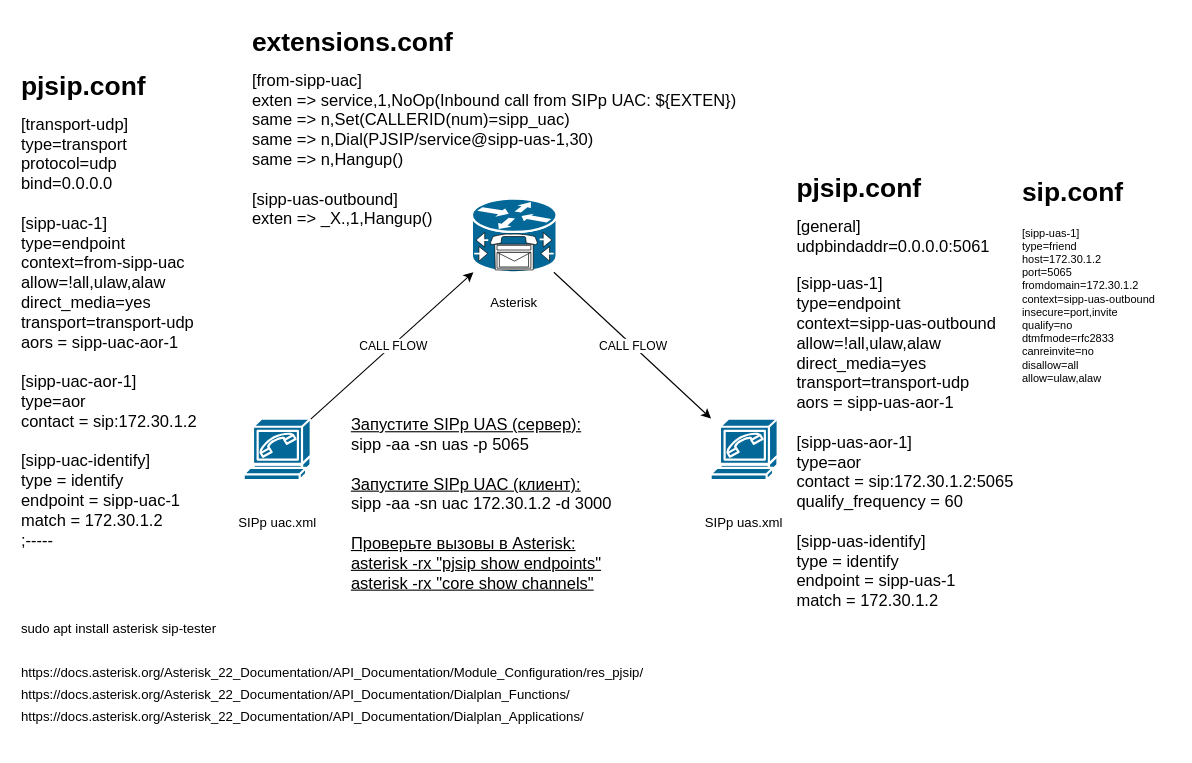
Earlier version of the draw.io diagram LAB1-2xSIPp-1xAsterisk.drawio (sysadminlab/voip). Source tidied: cells renumbered, new cells numbered last; positions are measured from the earlier drawing's top-left corner, leaving out a move shared by most shapes. Both pictures are drawn from the tidied source at 110%, with x=0, y=0 at pixel (19, 19).
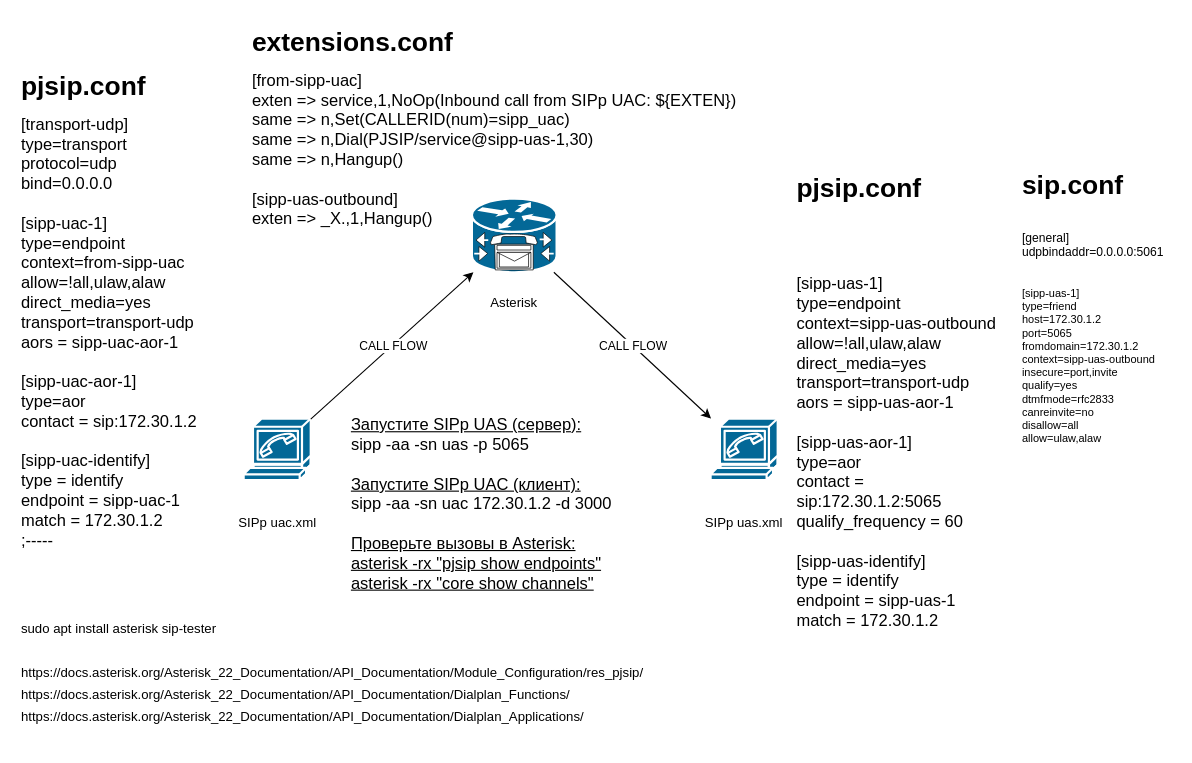
The same page after the edit.

Diff of the diagram source:
```diff
@@
-    <mxCell id="14" value="&lt;div&gt;[sipp-uas-1]&lt;/div&gt;type=friend&lt;br&gt;host=172.30.1.2&lt;br&gt;port=5065&lt;br&gt;fromdomain=172.30.1.2&lt;br&gt;context=sipp-uas-outbound&lt;br&gt;insecure=port,invite&lt;br&gt;qualify=no&lt;br&gt;dtmfmode=rfc2833&lt;br&gt;canreinvite=no&lt;br&gt;disallow=all&lt;br&gt;allow=ulaw,alaw" style="text;html=1;whiteSpace=wrap;overflow=hidden;rounded=0;fontSize=10;" parent="1" vertex="1">
-      <mxGeometry x="910" y="182" width="140" height="236" as="geometry" />
+    <mxCell id="14" value="&lt;div&gt;[sipp-uas-1]&lt;/div&gt;type=friend&lt;br&gt;host=172.30.1.2&lt;br&gt;port=5065&lt;br&gt;fromdomain=172.30.1.2&lt;br&gt;context=sipp-uas-outbound&lt;br&gt;insecure=port,invite&lt;br&gt;qualify=yes&lt;br&gt;dtmfmode=rfc2833&lt;br&gt;canreinvite=no&lt;br&gt;disallow=all&lt;br&gt;allow=ulaw,alaw" style="text;html=1;whiteSpace=wrap;overflow=hidden;rounded=0;fontSize=10;" parent="1" vertex="1">
+      <mxGeometry x="910" y="237" width="140" height="236" as="geometry" />
     </mxCell>
@@
     <mxCell id="17" value="&lt;h1 style=&quot;margin-top: 0px;&quot;&gt;sip.conf&lt;/h1&gt;" style="text;whiteSpace=wrap;html=1;fontSize=12;" parent="1" vertex="1">
-      <mxGeometry x="910" y="137" width="120" height="36" as="geometry" />
+      <mxGeometry x="910" y="130" width="120" height="36" as="geometry" />
     </mxCell>
@@
-    <mxCell id="23" value="&lt;div&gt;[general]&lt;/div&gt;&lt;div&gt;udpbindaddr=0.0.0.0:5061&lt;/div&gt;&lt;div&gt;&lt;br&gt;&lt;/div&gt;" style="text;whiteSpace=wrap;html=1;fontSize=15;" parent="1" vertex="1">
-      <mxGeometry x="705" y="173" width="170" height="70" as="geometry" />
+    <mxCell id="23" value="&lt;div&gt;[general]&lt;/div&gt;&lt;div&gt;udpbindaddr=0.0.0.0:5061&lt;/div&gt;&lt;div&gt;&lt;br&gt;&lt;/div&gt;" style="text;whiteSpace=wrap;html=1;fontSize=11;" parent="1" vertex="1">
+      <mxGeometry x="910" y="186" width="140" height="70" as="geometry" />
     </mxCell>
     <mxCell id="24" value="[sipp-uas-1]&#10;type=endpoint&#10;context=sipp-uas-outbound&#10;allow=!all,ulaw,alaw&#10;direct_media=yes&#10;transport=transport-udp&#10;aors = sipp-uas-aor-1&#10;&#10;[sipp-uas-aor-1]&#10;type=aor&#10;contact = sip:172.30.1.2:5065&#10;qualify_frequency = 60&#10;&#10;[sipp-uas-identify]&#10;type = identify&#10;endpoint = sipp-uas-1&#10;match = 172.30.1.2" style="text;whiteSpace=wrap;fontSize=15;" parent="1" vertex="1">
-      <mxGeometry x="705" y="224.5" width="305" height="361.5" as="geometry" />
+      <mxGeometry x="705" y="224.5" width="195" height="361.5" as="geometry" />
     </mxCell>
```
